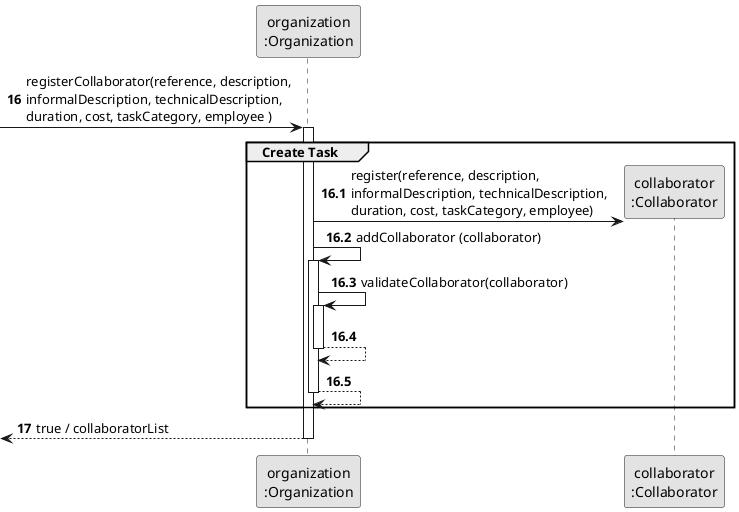
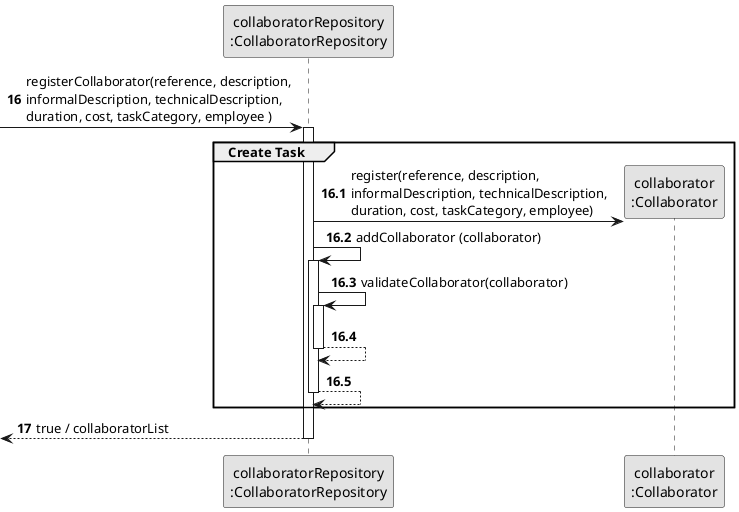
@startuml
skinparam monochrome true
skinparam packageStyle rectangle
skinparam shadowing false

- participant "organization\n:Organization" as ORG
+ participant "collaboratorRepository\n:CollaboratorRepository" as ORG
participant "collaborator\n:Collaborator" as collaborator

autonumber 16
-> ORG: registerCollaborator(reference, description,\ninformalDescription, technicalDescription,\nduration, cost, taskCategory, employee )

autonumber 16.1
activate ORG
    group Create Task

        ORG -> collaborator**: register(reference, description,\ninformalDescription, technicalDescription,\nduration, cost, taskCategory, employee)
        ORG -> ORG: addCollaborator (collaborator)

        activate ORG
            ORG -> ORG: validateCollaborator(collaborator)
            activate ORG
                ORG --> ORG
            deactivate ORG

            ORG --> ORG
        deactivate ORG
    end

    autonumber 17
    <-- ORG : true / collaboratorList
deactivate ORG


@enduml